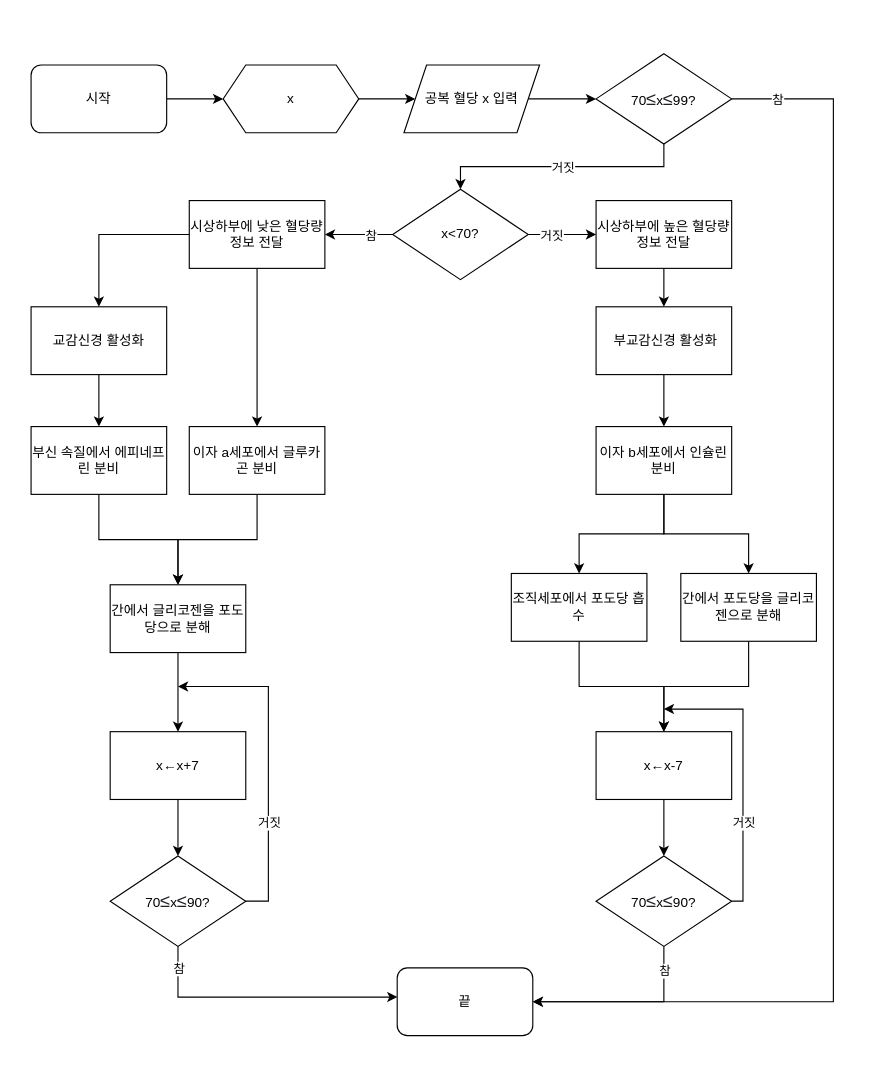
Earlier version of the draw.io diagram page "혈당량 조절" (1 of 4) of Untitled Diagram.drawio (Limlim0208/fusion-subject-research). Source tidied: cells renumbered, new cells numbered last; positions are measured from the earlier drawing's top-left corner, leaving out a move shared by most shapes. Both pictures are drawn from the tidied source at 113%, with x=0, y=0 at pixel (31, 53).
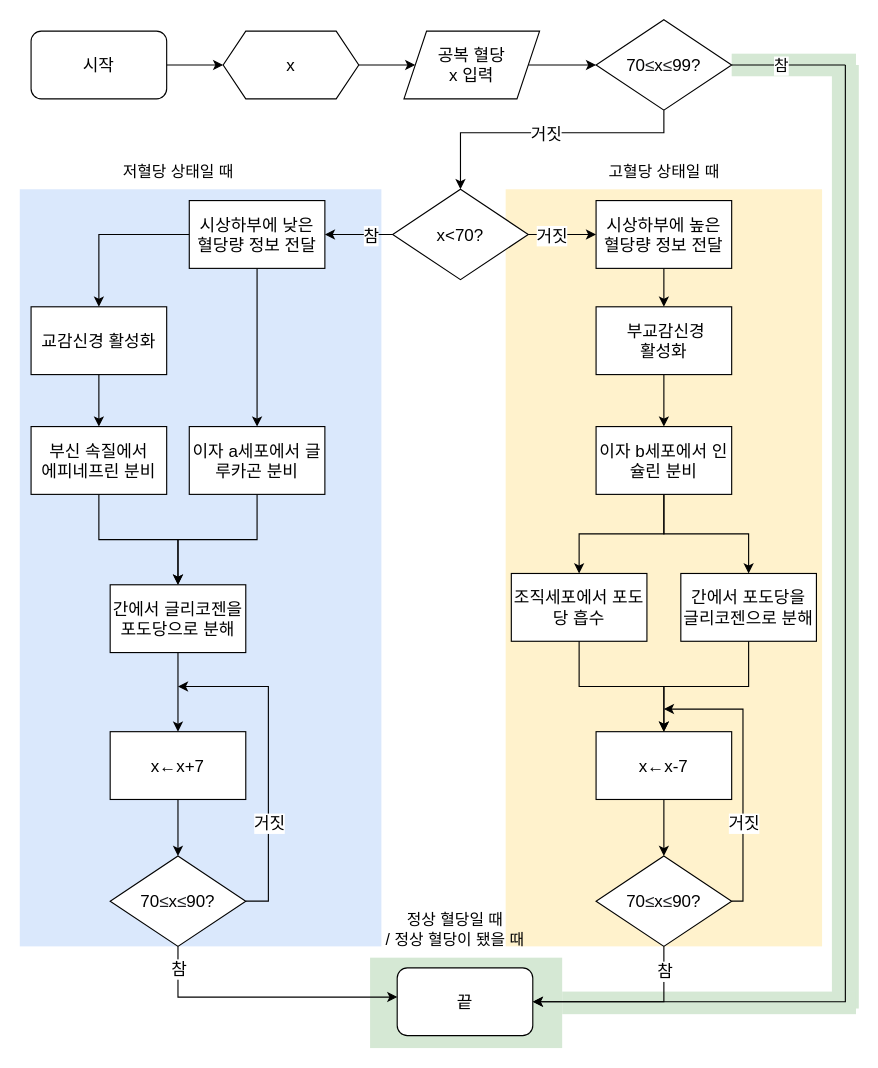
After the change.

What changed in the source:
```diff
@@
+    <mxCell id="55" style="rounded=0;whiteSpace=wrap;html=1;fontSize=14;fillColor=#d5e8d4;strokeColor=none;" parent="1" vertex="1">
+      <mxGeometry x="620" width="110" height="20" as="geometry" />
+    </mxCell>
+    <mxCell id="56" style="rounded=0;whiteSpace=wrap;html=1;fontSize=14;fillColor=#d5e8d4;strokeColor=none;rotation=-90;" parent="1" vertex="1">
+      <mxGeometry x="303.1" y="415.6" width="835" height="23.8" as="geometry" />
+    </mxCell>
+    <mxCell id="57" style="rounded=0;whiteSpace=wrap;html=1;fontSize=14;fillColor=#d5e8d4;strokeColor=none;" parent="1" vertex="1">
+      <mxGeometry x="470" y="830" width="260" height="20" as="geometry" />
+    </mxCell>
+    <mxCell id="58" style="rounded=0;whiteSpace=wrap;html=1;fillColor=#dae8fc;strokeColor=none;" parent="1" vertex="1">
+      <mxGeometry x="-10" y="120" width="320" height="670" as="geometry" />
+    </mxCell>
+    <mxCell id="59" style="rounded=0;whiteSpace=wrap;html=1;fillColor=#fff2cc;strokeColor=none;" parent="1" vertex="1">
+      <mxGeometry x="420" y="120" width="280" height="670" as="geometry" />
+    </mxCell>
+    <mxCell id="60" style="rounded=0;whiteSpace=wrap;html=1;fillColor=#d5e8d4;strokeColor=none;fontSize=15;" parent="1" vertex="1">
+      <mxGeometry x="300" y="800" width="170" height="80" as="geometry" />
+    </mxCell>
@@
-    <mxCell id="3" value="시작" style="rounded=1;whiteSpace=wrap;html=1;" parent="1" vertex="1">
-      <mxGeometry y="10" width="120" height="60" as="geometry" />
+    <mxCell id="3" value="&lt;font style=&quot;font-size: 15px;&quot;&gt;시작&lt;/font&gt;" style="rounded=1;whiteSpace=wrap;html=1;" parent="1" vertex="1">
+      <mxGeometry y="-20" width="120" height="60" as="geometry" />
     </mxCell>
-    <mxCell id="4" style="edgeStyle=orthogonalEdgeStyle;rounded=0;jettySize=auto;html=1;strokeColor=default;entryX=0;entryY=0.5;entryDx=0;entryDy=0;" parent="1" edge="1" source="5" target="6">
+    <mxCell id="4" style="edgeStyle=orthogonalEdgeStyle;rounded=0;jettySize=auto;html=1;strokeColor=default;entryX=0;entryY=0.5;entryDx=0;entryDy=0;fontSize=15;" parent="1" edge="1" source="5" target="6">
       <mxGeometry relative="1" as="geometry" />
     </mxCell>
-    <mxCell id="5" value="공복 혈당 x 입력" style="shape=parallelogram;perimeter=parallelogramPerimeter;whiteSpace=wrap;html=1;fixedSize=1;" parent="1" vertex="1">
-      <mxGeometry x="330" y="10" width="120" height="60" as="geometry" />
+    <mxCell id="5" value="&lt;font style=&quot;font-size: 15px;&quot;&gt;공복 혈당&lt;br&gt;x 입력&lt;/font&gt;" style="shape=parallelogram;perimeter=parallelogramPerimeter;whiteSpace=wrap;html=1;fixedSize=1;" parent="1" vertex="1">
+      <mxGeometry x="330" y="-20" width="120" height="60" as="geometry" />
     </mxCell>
-    <mxCell id="6" value="70&lt;span style=&quot;color: rgb(32, 33, 36); font-family: &amp;quot;Apple SD Gothic Neo&amp;quot;, arial, sans-serif; font-size: 16px; text-align: left; background-color: rgb(255, 255, 255);&quot;&gt;≤&lt;/span&gt;x&lt;span style=&quot;color: rgb(32, 33, 36); font-family: &amp;quot;Apple SD Gothic Neo&amp;quot;, arial, sans-serif; font-size: 16px; text-align: left; background-color: rgb(255, 255, 255);&quot;&gt;≤&lt;/span&gt;99?" style="rhombus;whiteSpace=wrap;html=1;" parent="1" vertex="1">
-      <mxGeometry x="500" width="120" height="80" as="geometry" />
+    <mxCell id="6" value="70&lt;span style=&quot;color: rgb(32, 33, 36); font-family: &amp;quot;Apple SD Gothic Neo&amp;quot;, arial, sans-serif; font-size: 15px; text-align: left; background-color: rgb(255, 255, 255);&quot;&gt;≤&lt;/span&gt;x&lt;span style=&quot;color: rgb(32, 33, 36); font-family: &amp;quot;Apple SD Gothic Neo&amp;quot;, arial, sans-serif; font-size: 15px; text-align: left; background-color: rgb(255, 255, 255);&quot;&gt;≤&lt;/span&gt;99?" style="rhombus;whiteSpace=wrap;html=1;fontSize=15;" parent="1" vertex="1">
+      <mxGeometry x="500" y="-30" width="120" height="80" as="geometry" />
     </mxCell>
-    <mxCell id="7" value="x&amp;lt;70?" style="rhombus;whiteSpace=wrap;html=1;" parent="1" vertex="1">
+    <mxCell id="7" value="&lt;font style=&quot;font-size: 15px;&quot;&gt;x&amp;lt;70?&lt;/font&gt;" style="rhombus;whiteSpace=wrap;html=1;fontSize=15;" parent="1" vertex="1">
       <mxGeometry x="320" y="120" width="120" height="80" as="geometry" />
     </mxCell>
@@
-    <mxCell id="10" value="시상하부에 낮은 혈당량 정보 전달" style="whiteSpace=wrap;html=1;" parent="1" vertex="1">
+    <mxCell id="10" value="&lt;font style=&quot;font-size: 15px;&quot;&gt;시상하부에 낮은 혈당량 정보 전달&lt;/font&gt;" style="whiteSpace=wrap;html=1;" parent="1" vertex="1">
       <mxGeometry x="140" y="130" width="120" height="60" as="geometry" />
     </mxCell>
-    <mxCell id="11" style="edgeStyle=orthogonalEdgeStyle;rounded=0;jettySize=auto;html=1;strokeColor=default;" parent="1" edge="1" source="12" target="28">
+    <mxCell id="11" style="edgeStyle=orthogonalEdgeStyle;rounded=0;jettySize=auto;html=1;strokeColor=default;fontSize=15;" parent="1" edge="1" source="12" target="28">
       <mxGeometry relative="1" as="geometry" />
     </mxCell>
-    <mxCell id="12" value="시상하부에 높은 혈당량 정보 전달" style="whiteSpace=wrap;html=1;" parent="1" vertex="1">
+    <mxCell id="12" value="&lt;font style=&quot;font-size: 15px;&quot;&gt;시상하부에 높은 혈당량 정보 전달&lt;/font&gt;" style="whiteSpace=wrap;html=1;fontSize=15;" parent="1" vertex="1">
       <mxGeometry x="500" y="130" width="120" height="60" as="geometry" />
     </mxCell>
@@
-    <mxCell id="14" value="x" style="shape=hexagon;perimeter=hexagonPerimeter2;whiteSpace=wrap;html=1;fixedSize=1;" parent="1" vertex="1">
-      <mxGeometry x="170" y="10" width="120" height="60" as="geometry" />
+    <mxCell id="14" value="&lt;font style=&quot;font-size: 15px;&quot;&gt;x&lt;/font&gt;" style="shape=hexagon;perimeter=hexagonPerimeter2;whiteSpace=wrap;html=1;fixedSize=1;" parent="1" vertex="1">
+      <mxGeometry x="170" y="-20" width="120" height="60" as="geometry" />
     </mxCell>
@@
-    <mxCell id="16" value="교감신경 활성화" style="whiteSpace=wrap;html=1;" parent="1" vertex="1">
+    <mxCell id="16" value="&lt;font style=&quot;font-size: 15px;&quot;&gt;교감신경 활성화&lt;/font&gt;" style="whiteSpace=wrap;html=1;" parent="1" vertex="1">
       <mxGeometry y="224" width="120" height="60" as="geometry" />
     </mxCell>
@@
-    <mxCell id="18" value="부신 속질에서 에피네프린 분비" style="whiteSpace=wrap;html=1;" parent="1" vertex="1">
+    <mxCell id="18" value="&lt;font style=&quot;font-size: 15px;&quot;&gt;부신 속질에서&lt;br&gt;에피네프린 분비&lt;/font&gt;" style="whiteSpace=wrap;html=1;" parent="1" vertex="1">
       <mxGeometry y="330" width="120" height="60" as="geometry" />
     </mxCell>
@@
-    <mxCell id="20" value="이자 a세포에서 글루카곤 분비" style="whiteSpace=wrap;html=1;" parent="1" vertex="1">
+    <mxCell id="20" value="&lt;font style=&quot;font-size: 15px;&quot;&gt;이자 a세포에서 글루카곤 분비&lt;/font&gt;" style="whiteSpace=wrap;html=1;" parent="1" vertex="1">
       <mxGeometry x="140" y="330" width="120" height="60" as="geometry" />
     </mxCell>
-    <mxCell id="21" style="edgeStyle=orthogonalEdgeStyle;rounded=0;jettySize=auto;html=1;strokeColor=default;" parent="1" edge="1" source="22" target="24">
+    <mxCell id="21" style="edgeStyle=orthogonalEdgeStyle;rounded=0;jettySize=auto;html=1;strokeColor=default;fontSize=15;" parent="1" edge="1" source="22" target="24">
       <mxGeometry relative="1" as="geometry" />
     </mxCell>
-    <mxCell id="22" value="간에서 글리코젠을 포도당으로 분해" style="whiteSpace=wrap;html=1;" parent="1" vertex="1">
+    <mxCell id="22" value="간에서 글리코젠을 포도당으로 분해" style="whiteSpace=wrap;html=1;fontSize=15;" parent="1" vertex="1">
       <mxGeometry x="70" y="470" width="120" height="60" as="geometry" />
     </mxCell>
-    <mxCell id="23" style="edgeStyle=orthogonalEdgeStyle;rounded=0;jettySize=auto;html=1;strokeColor=default;" parent="1" edge="1" source="24" target="25">
+    <mxCell id="23" style="edgeStyle=orthogonalEdgeStyle;rounded=0;jettySize=auto;html=1;strokeColor=default;fontSize=15;" parent="1" edge="1" source="24" target="25">
       <mxGeometry relative="1" as="geometry" />
     </mxCell>
-    <mxCell id="24" value="x←x+7" style="whiteSpace=wrap;html=1;" parent="1" vertex="1">
+    <mxCell id="24" value="x←x+7" style="whiteSpace=wrap;html=1;fontSize=15;" parent="1" vertex="1">
       <mxGeometry x="70" y="600" width="120" height="60" as="geometry" />
     </mxCell>
-    <mxCell id="25" value="70&lt;span style=&quot;color: rgb(32, 33, 36); font-family: &amp;quot;Apple SD Gothic Neo&amp;quot;, arial, sans-serif; font-size: 16px; text-align: left; background-color: rgb(255, 255, 255);&quot;&gt;≤&lt;/span&gt;x&lt;span style=&quot;color: rgb(32, 33, 36); font-family: &amp;quot;Apple SD Gothic Neo&amp;quot;, arial, sans-serif; font-size: 16px; text-align: left; background-color: rgb(255, 255, 255);&quot;&gt;≤&lt;/span&gt;90?" style="rhombus;whiteSpace=wrap;html=1;" parent="1" vertex="1">
+    <mxCell id="25" value="70&lt;span style=&quot;color: rgb(32, 33, 36); font-family: &amp;quot;Apple SD Gothic Neo&amp;quot;, arial, sans-serif; font-size: 15px; text-align: left; background-color: rgb(255, 255, 255);&quot;&gt;≤&lt;/span&gt;x&lt;span style=&quot;color: rgb(32, 33, 36); font-family: &amp;quot;Apple SD Gothic Neo&amp;quot;, arial, sans-serif; font-size: 15px; text-align: left; background-color: rgb(255, 255, 255);&quot;&gt;≤&lt;/span&gt;90?" style="rhombus;whiteSpace=wrap;html=1;fontSize=15;" parent="1" vertex="1">
       <mxGeometry x="70" y="710" width="120" height="80" as="geometry" />
     </mxCell>
-    <mxCell id="26" value="끝" style="rounded=1;whiteSpace=wrap;html=1;" parent="1" vertex="1">
+    <mxCell id="26" value="끝" style="rounded=1;whiteSpace=wrap;html=1;fontSize=15;" parent="1" vertex="1">
       <mxGeometry x="324" y="809" width="120" height="60" as="geometry" />
     </mxCell>
@@
-    <mxCell id="28" value="&amp;nbsp;부교감신경 활성화" style="whiteSpace=wrap;html=1;" parent="1" vertex="1">
+    <mxCell id="28" value="&lt;font style=&quot;font-size: 15px;&quot;&gt;&amp;nbsp;부교감신경&lt;br&gt;활성화&lt;/font&gt;" style="whiteSpace=wrap;html=1;" parent="1" vertex="1">
       <mxGeometry x="500" y="224" width="120" height="60" as="geometry" />
     </mxCell>
@@
-    <mxCell id="31" value="이자 b세포에서 인슐린 분비" style="whiteSpace=wrap;html=1;" parent="1" vertex="1">
+    <mxCell id="31" value="&lt;font style=&quot;font-size: 15px;&quot;&gt;이자 b세포에서 인슐린 분비&lt;/font&gt;" style="whiteSpace=wrap;html=1;" parent="1" vertex="1">
       <mxGeometry x="500" y="330" width="120" height="60" as="geometry" />
     </mxCell>
-    <mxCell id="32" value="조직세포에서 포도당 흡수" style="whiteSpace=wrap;html=1;" parent="1" vertex="1">
+    <mxCell id="32" value="&lt;font style=&quot;font-size: 15px;&quot;&gt;조직세포에서 포도당 흡수&lt;/font&gt;" style="whiteSpace=wrap;html=1;fontSize=15;" parent="1" vertex="1">
       <mxGeometry x="425" y="460" width="120" height="60" as="geometry" />
     </mxCell>
-    <mxCell id="33" value="간에서 포도당을 글리코젠으로 분해" style="whiteSpace=wrap;html=1;" parent="1" vertex="1">
+    <mxCell id="33" value="간에서 포도당을 글리코젠으로 분해" style="whiteSpace=wrap;html=1;fontSize=15;" parent="1" vertex="1">
       <mxGeometry x="575" y="460" width="120" height="60" as="geometry" />
     </mxCell>
-    <mxCell id="34" style="edgeStyle=orthogonalEdgeStyle;rounded=0;jettySize=auto;html=1;strokeColor=default;" parent="1" edge="1" source="35" target="36">
+    <mxCell id="34" style="edgeStyle=orthogonalEdgeStyle;rounded=0;jettySize=auto;html=1;strokeColor=default;fontSize=15;" parent="1" edge="1" source="35" target="36">
       <mxGeometry relative="1" as="geometry" />
     </mxCell>
-    <mxCell id="35" value="x←x-7" style="whiteSpace=wrap;html=1;" parent="1" vertex="1">
+    <mxCell id="35" value="x←x-7" style="whiteSpace=wrap;html=1;fontSize=15;" parent="1" vertex="1">
       <mxGeometry x="500" y="600" width="120" height="60" as="geometry" />
     </mxCell>
-    <mxCell id="36" value="70&lt;span style=&quot;color: rgb(32, 33, 36); font-family: &amp;quot;Apple SD Gothic Neo&amp;quot;, arial, sans-serif; font-size: 16px; text-align: left; background-color: rgb(255, 255, 255);&quot;&gt;≤&lt;/span&gt;x&lt;span style=&quot;color: rgb(32, 33, 36); font-family: &amp;quot;Apple SD Gothic Neo&amp;quot;, arial, sans-serif; font-size: 16px; text-align: left; background-color: rgb(255, 255, 255);&quot;&gt;≤&lt;/span&gt;90?" style="rhombus;whiteSpace=wrap;html=1;" parent="1" vertex="1">
+    <mxCell id="36" value="70&lt;span style=&quot;color: rgb(32, 33, 36); font-family: &amp;quot;Apple SD Gothic Neo&amp;quot;, arial, sans-serif; font-size: 15px; text-align: left; background-color: rgb(255, 255, 255);&quot;&gt;≤&lt;/span&gt;x&lt;span style=&quot;color: rgb(32, 33, 36); font-family: &amp;quot;Apple SD Gothic Neo&amp;quot;, arial, sans-serif; font-size: 15px; text-align: left; background-color: rgb(255, 255, 255);&quot;&gt;≤&lt;/span&gt;90?" style="rhombus;whiteSpace=wrap;html=1;fontSize=15;" parent="1" vertex="1">
       <mxGeometry x="500" y="710" width="120" height="80" as="geometry" />
     </mxCell>
-    <mxCell id="37" style="edgeStyle=orthogonalEdgeStyle;rounded=0;jettySize=auto;html=1;strokeColor=default;exitX=0.5;exitY=1;exitDx=0;exitDy=0;" parent="1" edge="1" source="32">
+    <mxCell id="37" style="edgeStyle=orthogonalEdgeStyle;rounded=0;jettySize=auto;html=1;strokeColor=default;exitX=0.5;exitY=1;exitDx=0;exitDy=0;fontSize=15;" parent="1" edge="1" source="32">
       <mxGeometry relative="1" as="geometry">
         <mxPoint x="560" y="600" as="targetPoint" />
         <Array as="points">
           <mxPoint x="485" y="560" />
           <mxPoint x="560" y="560" />
         </Array>
       </mxGeometry>
     </mxCell>
-    <mxCell id="38" style="edgeStyle=orthogonalEdgeStyle;rounded=0;jettySize=auto;html=1;strokeColor=default;exitX=0.5;exitY=1;exitDx=0;exitDy=0;" parent="1" edge="1" source="33">
+    <mxCell id="38" style="edgeStyle=orthogonalEdgeStyle;rounded=0;jettySize=auto;html=1;strokeColor=default;exitX=0.5;exitY=1;exitDx=0;exitDy=0;fontSize=15;" parent="1" edge="1" source="33">
       <mxGeometry relative="1" as="geometry">
         <mxPoint x="560" y="600" as="targetPoint" />
         <Array as="points">
           <mxPoint x="635" y="560" />
           <mxPoint x="560" y="560" />
         </Array>
       </mxGeometry>
     </mxCell>
-    <mxCell id="39" style="endArrow=classic;html=1;rounded=0;strokeColor=default;elbow=vertical;entryX=0.001;entryY=0.431;entryDx=0;entryDy=0;entryPerimeter=0;exitX=0.5;exitY=1;exitDx=0;exitDy=0;edgeStyle=orthogonalEdgeStyle;" parent="1" edge="1" source="25" target="26">
+    <mxCell id="39" style="endArrow=classic;html=1;rounded=0;strokeColor=default;elbow=vertical;entryX=0.001;entryY=0.431;entryDx=0;entryDy=0;entryPerimeter=0;exitX=0.5;exitY=1;exitDx=0;exitDy=0;edgeStyle=orthogonalEdgeStyle;fontSize=15;" parent="1" edge="1" source="25" target="26">
       <mxGeometry relative="1" as="geometry" />
     </mxCell>
-    <mxCell id="40" value="참" style="edgeLabel;html=1;align=center;verticalAlign=middle;" parent="39" vertex="1">
+    <mxCell id="40" value="참" style="edgeLabel;html=1;align=center;verticalAlign=middle;fontSize=15;" parent="39" vertex="1">
       <mxGeometry x="-0.92" y="1" relative="1" as="geometry">
         <mxPoint x="-1" y="9" as="offset" />
       </mxGeometry>
     </mxCell>
-    <mxCell id="41" style="endArrow=classic;html=1;rounded=0;strokeColor=default;elbow=vertical;exitX=0.5;exitY=1;exitDx=0;exitDy=0;entryX=1;entryY=0.5;entryDx=0;entryDy=0;edgeStyle=orthogonalEdgeStyle;" parent="1" edge="1" source="36" target="26">
+    <mxCell id="41" style="endArrow=classic;html=1;rounded=0;strokeColor=default;elbow=vertical;exitX=0.5;exitY=1;exitDx=0;exitDy=0;entryX=1;entryY=0.5;entryDx=0;entryDy=0;edgeStyle=orthogonalEdgeStyle;fontSize=15;" parent="1" edge="1" source="36" target="26">
       <mxGeometry relative="1" as="geometry" />
     </mxCell>
-    <mxCell id="42" value="참" style="edgeLabel;html=1;align=center;verticalAlign=middle;" parent="41" vertex="1">
+    <mxCell id="42" value="참" style="edgeLabel;html=1;align=center;verticalAlign=middle;fontSize=15;" parent="41" vertex="1">
       <mxGeometry x="-0.75" relative="1" as="geometry" />
     </mxCell>
     <mxCell id="43" style="endArrow=classic;html=1;rounded=0;exitX=0.5;exitY=1;exitDx=0;exitDy=0;entryX=0.5;entryY=0;entryDx=0;entryDy=0;edgeStyle=orthogonalEdgeStyle;" parent="1" edge="1" source="6" target="7">
-      <mxGeometry relative="1" as="geometry" />
+      <mxGeometry relative="1" as="geometry">
+        <Array as="points">
+          <mxPoint x="560" y="70" />
+          <mxPoint x="380" y="70" />
+        </Array>
+      </mxGeometry>
     </mxCell>
-    <mxCell id="44" value="거짓" style="edgeLabel;html=1;align=center;verticalAlign=middle;" parent="43" vertex="1">
+    <mxCell id="44" value="거짓" style="edgeLabel;html=1;align=center;verticalAlign=middle;fontSize=15;" parent="43" vertex="1">
       <mxGeometry relative="1" as="geometry" />
     </mxCell>
-    <mxCell id="45" style="endArrow=classic;html=1;rounded=0;exitX=0;exitY=0.5;exitDx=0;exitDy=0;entryX=1;entryY=0.5;entryDx=0;entryDy=0;" parent="1" edge="1" source="7" target="10">
+    <mxCell id="45" style="endArrow=classic;html=1;rounded=0;exitX=0;exitY=0.5;exitDx=0;exitDy=0;entryX=1;entryY=0.5;entryDx=0;entryDy=0;fontSize=15;" parent="1" edge="1" source="7" target="10">
       <mxGeometry relative="1" as="geometry" />
     </mxCell>
-    <mxCell id="46" value="참" style="edgeLabel;html=1;align=center;verticalAlign=middle;" parent="45" vertex="1">
+    <mxCell id="46" value="참" style="edgeLabel;html=1;align=center;verticalAlign=middle;fontSize=15;" parent="45" vertex="1">
       <mxGeometry relative="1" as="geometry">
         <mxPoint x="10" as="offset" />
       </mxGeometry>
     </mxCell>
-    <mxCell id="47" style="endArrow=classic;html=1;rounded=0;exitX=1;exitY=0.5;exitDx=0;exitDy=0;entryX=0;entryY=0.5;entryDx=0;entryDy=0;" parent="1" edge="1" source="7" target="12">
+    <mxCell id="47" style="endArrow=classic;html=1;rounded=0;exitX=1;exitY=0.5;exitDx=0;exitDy=0;entryX=0;entryY=0.5;entryDx=0;entryDy=0;fontSize=15;" parent="1" edge="1" source="7" target="12">
       <mxGeometry relative="1" as="geometry" />
     </mxCell>
-    <mxCell id="48" value="거짓" style="edgeLabel;html=1;align=center;verticalAlign=middle;" parent="47" vertex="1">
+    <mxCell id="48" value="거짓" style="edgeLabel;html=1;align=center;verticalAlign=middle;fontSize=15;" parent="47" vertex="1">
       <mxGeometry relative="1" as="geometry">
         <mxPoint x="-10" as="offset" />
       </mxGeometry>
     </mxCell>
-    <mxCell id="49" style="endArrow=classic;html=1;rounded=0;exitX=1;exitY=0.5;exitDx=0;exitDy=0;edgeStyle=orthogonalEdgeStyle;entryX=1;entryY=0.5;entryDx=0;entryDy=0;" parent="1" edge="1" source="6" target="26">
+    <mxCell id="49" style="endArrow=classic;html=1;rounded=0;exitX=1;exitY=0.5;exitDx=0;exitDy=0;edgeStyle=orthogonalEdgeStyle;entryX=1;entryY=0.5;entryDx=0;entryDy=0;startArrow=none;" parent="1" edge="1" source="56" target="26">
       <mxGeometry relative="1" as="geometry">
         <Array as="points">
-          <mxPoint x="710" y="40" />
-          <mxPoint x="710" y="839" />
+          <mxPoint x="720" y="839" />
         </Array>
       </mxGeometry>
     </mxCell>
-    <mxCell id="50" value="참" style="edgeLabel;html=1;align=center;verticalAlign=middle;" parent="49" vertex="1">
-      <mxGeometry relative="1" as="geometry">
-        <mxPoint x="-50" y="-488" as="offset" />
-      </mxGeometry>
-    </mxCell>
-    <mxCell id="51" style="endArrow=classic;html=1;rounded=0;exitX=1;exitY=0.5;exitDx=0;exitDy=0;edgeStyle=orthogonalEdgeStyle;" parent="1" edge="1" source="25">
+    <mxCell id="51" style="endArrow=classic;html=1;rounded=0;exitX=1;exitY=0.5;exitDx=0;exitDy=0;edgeStyle=orthogonalEdgeStyle;fontSize=15;" parent="1" edge="1" source="25">
       <mxGeometry relative="1" as="geometry">
         <mxPoint x="130" y="560" as="targetPoint" />
         <Array as="points">
           <mxPoint x="210" y="750" />
           <mxPoint x="210" y="560" />
         </Array>
       </mxGeometry>
     </mxCell>
-    <mxCell id="52" value="거짓" style="edgeLabel;html=1;align=center;verticalAlign=middle;" parent="51" vertex="1">
+    <mxCell id="52" value="거짓" style="edgeLabel;html=1;align=center;verticalAlign=middle;fontSize=15;" parent="51" vertex="1">
       <mxGeometry relative="1" as="geometry">
         <mxPoint y="55" as="offset" />
       </mxGeometry>
     </mxCell>
-    <mxCell id="53" style="endArrow=classic;html=1;rounded=0;exitX=1;exitY=0.5;exitDx=0;exitDy=0;edgeStyle=orthogonalEdgeStyle;" parent="1" edge="1" source="36">
+    <mxCell id="53" style="endArrow=classic;html=1;rounded=0;exitX=1;exitY=0.5;exitDx=0;exitDy=0;edgeStyle=orthogonalEdgeStyle;fontSize=15;" parent="1" edge="1" source="36">
       <mxGeometry relative="1" as="geometry">
         <mxPoint x="560" y="580" as="targetPoint" />
         <Array as="points">
           <mxPoint x="630" y="750" />
           <mxPoint x="630" y="580" />
         </Array>
       </mxGeometry>
     </mxCell>
-    <mxCell id="54" value="거짓" style="edgeLabel;html=1;align=center;verticalAlign=middle;" parent="53" vertex="1">
+    <mxCell id="54" value="거짓" style="edgeLabel;html=1;align=center;verticalAlign=middle;fontSize=15;" parent="53" vertex="1">
       <mxGeometry relative="1" as="geometry">
         <mxPoint y="45" as="offset" />
       </mxGeometry>
     </mxCell>
+    <mxCell id="61" style="edgeStyle=orthogonalEdgeStyle;rounded=0;orthogonalLoop=1;jettySize=auto;html=1;exitX=0.5;exitY=1;exitDx=0;exitDy=0;fontSize=15;" parent="1" edge="1">
+      <mxGeometry relative="1" as="geometry">
+        <mxPoint x="657.5" y="40" as="sourcePoint" />
+        <mxPoint x="657.5" y="40" as="targetPoint" />
+      </mxGeometry>
+    </mxCell>
+    <mxCell id="62" value="저혈당 상태일 때" style="text;html=1;align=center;verticalAlign=middle;strokeColor=none;fillColor=none;fontSize=14;fontColor=#000000;" parent="1" vertex="1">
+      <mxGeometry x="65" y="90" width="130" height="30" as="geometry" />
+    </mxCell>
+    <mxCell id="63" value="고혈당 상태일 때" style="text;html=1;align=center;verticalAlign=middle;strokeColor=none;fillColor=none;fontSize=14;fontColor=#000000;" parent="1" vertex="1">
+      <mxGeometry x="495" y="90" width="130" height="30" as="geometry" />
+    </mxCell>
+    <mxCell id="64" style="endArrow=none;html=1;rounded=0;exitX=1;exitY=0.5;exitDx=0;exitDy=0;entryX=1;entryY=0.5;entryDx=0;entryDy=0;edgeStyle=orthogonalEdgeStyle;" parent="1" edge="1" source="6" target="56">
+      <mxGeometry relative="1" as="geometry">
+        <Array as="points">
+          <mxPoint x="720" y="10" />
+        </Array>
+      </mxGeometry>
+    </mxCell>
+    <mxCell id="50" value="참" style="edgeLabel;html=1;align=center;verticalAlign=middle;fontSize=14;fontColor=#000000;" parent="64" vertex="1">
+      <mxGeometry x="0.47" y="1" relative="1" as="geometry">
+        <mxPoint x="-31" y="1" as="offset" />
+      </mxGeometry>
+    </mxCell>
+    <mxCell id="65" value="정상 혈당일 때&lt;br&gt;/ 정상 혈당이 됐을 때" style="text;html=1;align=center;verticalAlign=middle;strokeColor=none;fillColor=none;fontSize=14;fontColor=#000000;" parent="1" vertex="1">
+      <mxGeometry x="300" y="750" width="150" height="50" as="geometry" />
+    </mxCell>
```
